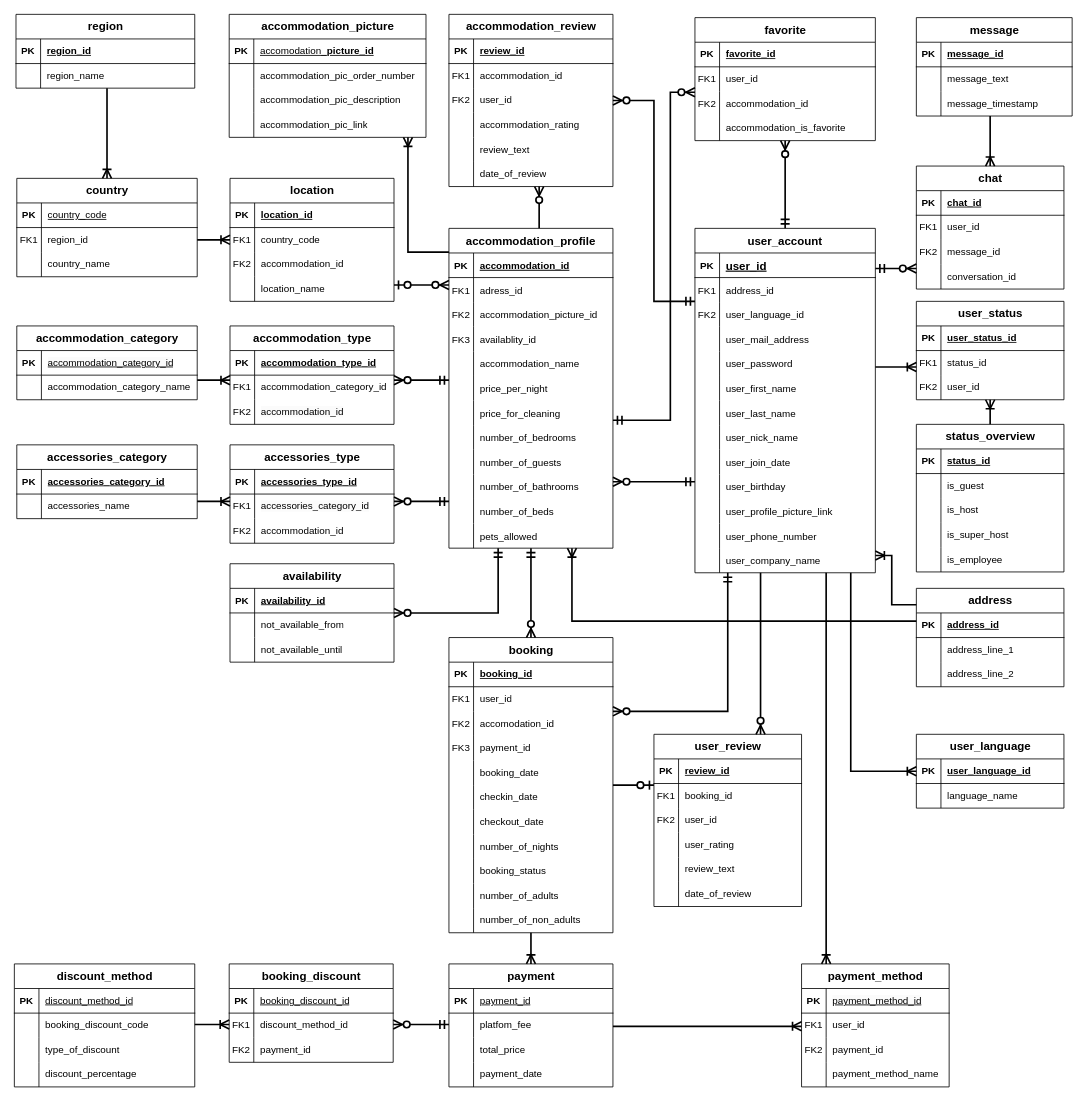
This is Steffbnb.drawio from DaSteff91/SQL_Repo, a draw.io file, before an edit. Source tidied: cells renumbered, new cells numbered last; positions are measured from the earlier drawing's top-left corner, leaving out a move shared by most shapes. Both pictures are drawn from the tidied source at 82%, with x=0, y=0 at pixel (14, 14).
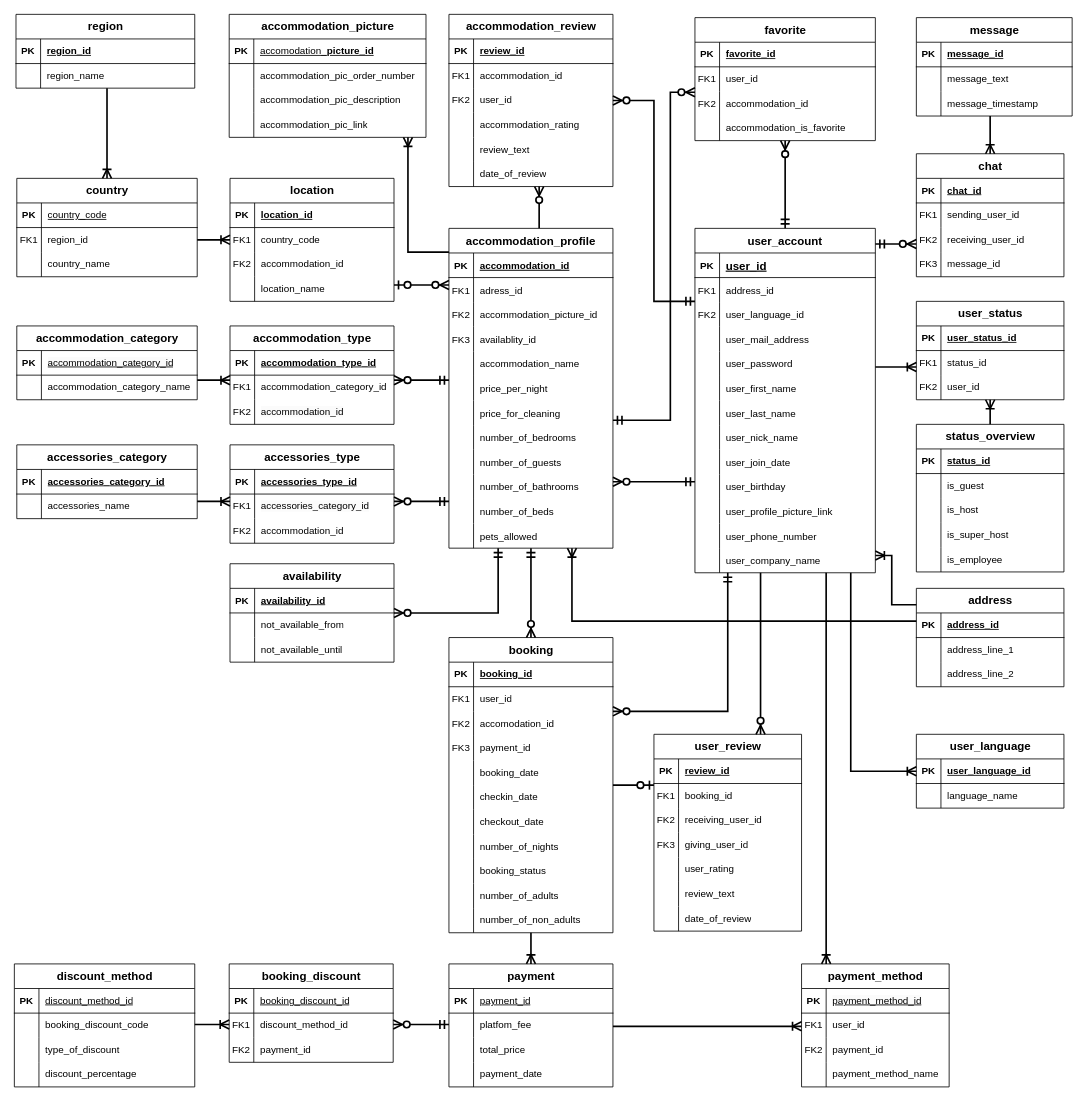
After the change.

Unchanged cells that the change refers to:
```xml
<mxCell id="2" value="user_account" style="shape=table;startSize=30;childLayout=tableLayout;rowLines=0;fontStyle=1;align=center;fontSize=14;resizeLastRow=0;swimlaneHead=1;swimlaneBody=1;horizontal=1;portConstraintRotation=0;noLabel=0;" parent="1" vertex="1">
  <mxGeometry x="830" y="261" width="220" height="420" as="geometry" />
</mxCell>
<mxCell id="190" style="shape=tableRow;horizontal=0;startSize=0;swimlaneHead=0;swimlaneBody=0;fillColor=none;top=0;left=0;right=0;bottom=0;" parent="186" vertex="1">
  <mxGeometry y="60" width="180" height="30" as="geometry" />
</mxCell>
<mxCell id="226" style="shape=tableRow;horizontal=0;startSize=0;swimlaneHead=0;swimlaneBody=0;fillColor=none;top=0;left=0;right=0;bottom=0;" parent="219" vertex="1">
  <mxGeometry y="90" width="180" height="30" as="geometry" />
</mxCell>
```

Diff of the diagram source:
```diff
@@
     <mxCell id="186" value="chat" style="shape=table;startSize=30;childLayout=tableLayout;rowLines=0;fontStyle=1;align=center;html=1;fontSize=14;" parent="1" vertex="1">
-      <mxGeometry x="1100" y="185" width="180" height="150" as="geometry" />
+      <mxGeometry x="1100" y="170" width="180" height="150" as="geometry" />
     </mxCell>
@@
-    <mxCell id="192" value="user_id" style="shape=partialRectangle;fillColor=none;top=0;left=0;bottom=0;right=0;align=left;spacingLeft=6;overflow=hidden;whiteSpace=wrap;html=1;" parent="190" vertex="1">
+    <mxCell id="192" value="sending_user_id" style="shape=partialRectangle;fillColor=none;top=0;left=0;bottom=0;right=0;align=left;spacingLeft=6;overflow=hidden;whiteSpace=wrap;html=1;" parent="190" vertex="1">
       <mxGeometry x="30" width="150" height="30" as="geometry" />
     </mxCell>
+    <mxCell id="397" style="shape=tableRow;horizontal=0;startSize=0;swimlaneHead=0;swimlaneBody=0;fillColor=none;top=0;left=0;right=0;bottom=0;" parent="186" vertex="1">
+      <mxGeometry y="90" width="180" height="30" as="geometry" />
+    </mxCell>
+    <mxCell id="398" value="FK2" style="shape=partialRectangle;fillColor=none;top=0;left=0;bottom=0;right=0;overflow=hidden;whiteSpace=wrap;html=1;" parent="397" vertex="1">
+      <mxGeometry width="30" height="30" as="geometry" />
+    </mxCell>
+    <mxCell id="399" value="receiving_user_id" style="shape=partialRectangle;fillColor=none;top=0;left=0;bottom=0;right=0;align=left;spacingLeft=6;overflow=hidden;whiteSpace=wrap;html=1;" parent="397" vertex="1">
+      <mxGeometry x="30" width="150" height="30" as="geometry" />
+    </mxCell>
     <mxCell id="193" style="shape=tableRow;horizontal=0;startSize=0;swimlaneHead=0;swimlaneBody=0;fillColor=none;top=0;left=0;right=0;bottom=0;" parent="186" vertex="1">
-      <mxGeometry y="90" width="180" height="30" as="geometry" />
+      <mxGeometry y="120" width="180" height="30" as="geometry" />
     </mxCell>
-    <mxCell id="194" value="FK2" style="shape=partialRectangle;fillColor=none;top=0;left=0;bottom=0;right=0;overflow=hidden;whiteSpace=wrap;html=1;" parent="193" vertex="1">
+    <mxCell id="194" value="FK3" style="shape=partialRectangle;fillColor=none;top=0;left=0;bottom=0;right=0;overflow=hidden;whiteSpace=wrap;html=1;" parent="193" vertex="1">
       <mxGeometry width="30" height="30" as="geometry" />
     </mxCell>
@@
-    <mxCell id="196" style="shape=tableRow;horizontal=0;startSize=0;swimlaneHead=0;swimlaneBody=0;fillColor=none;top=0;left=0;right=0;bottom=0;" parent="186" vertex="1">
-      <mxGeometry y="120" width="180" height="30" as="geometry" />
-    </mxCell>
-    <mxCell id="197" style="shape=partialRectangle;fillColor=none;top=0;left=0;bottom=0;right=0;overflow=hidden;whiteSpace=wrap;html=1;" parent="196" vertex="1">
-      <mxGeometry width="30" height="30" as="geometry" />
-    </mxCell>
-    <mxCell id="198" value="conversation_id" style="shape=partialRectangle;fillColor=none;top=0;left=0;bottom=0;right=0;align=left;spacingLeft=6;overflow=hidden;whiteSpace=wrap;html=1;" parent="196" vertex="1">
-      <mxGeometry x="30" width="150" height="30" as="geometry" />
-    </mxCell>
@@
     <mxCell id="219" value="user_review" style="shape=table;startSize=30;childLayout=tableLayout;rowLines=0;fontStyle=1;align=center;html=1;fontSize=14;" parent="1" vertex="1">
-      <mxGeometry x="780" y="878" width="180" height="210" as="geometry" />
+      <mxGeometry x="780" y="878" width="180" height="240" as="geometry" />
     </mxCell>
@@
-    <mxCell id="228" value="user_id" style="shape=partialRectangle;fillColor=none;top=0;left=0;bottom=0;right=0;align=left;spacingLeft=6;overflow=hidden;whiteSpace=wrap;html=1;" parent="226" vertex="1">
+    <mxCell id="228" value="receiving_user_id" style="shape=partialRectangle;fillColor=none;top=0;left=0;bottom=0;right=0;align=left;spacingLeft=6;overflow=hidden;whiteSpace=wrap;html=1;" parent="226" vertex="1">
       <mxGeometry x="30" width="150" height="30" as="geometry" />
     </mxCell>
+    <mxCell id="196" style="shape=tableRow;horizontal=0;startSize=0;swimlaneHead=0;swimlaneBody=0;fillColor=none;top=0;left=0;right=0;bottom=0;" parent="219" vertex="1">
+      <mxGeometry y="120" width="180" height="30" as="geometry" />
+    </mxCell>
+    <mxCell id="400" value="FK3" style="shape=partialRectangle;fillColor=none;top=0;left=0;bottom=0;right=0;overflow=hidden;whiteSpace=wrap;html=1;" parent="196" vertex="1">
+      <mxGeometry width="30" height="30" as="geometry" />
+    </mxCell>
+    <mxCell id="401" value="giving_user_id" style="shape=partialRectangle;fillColor=none;top=0;left=0;bottom=0;right=0;align=left;spacingLeft=6;overflow=hidden;whiteSpace=wrap;html=1;" parent="196" vertex="1">
+      <mxGeometry x="30" width="150" height="30" as="geometry" />
+    </mxCell>
     <mxCell id="229" style="shape=tableRow;horizontal=0;startSize=0;swimlaneHead=0;swimlaneBody=0;fillColor=none;top=0;left=0;right=0;bottom=0;" parent="219" vertex="1">
-      <mxGeometry y="120" width="180" height="30" as="geometry" />
+      <mxGeometry y="150" width="180" height="30" as="geometry" />
     </mxCell>
@@
     <mxCell id="232" style="shape=tableRow;horizontal=0;startSize=0;swimlaneHead=0;swimlaneBody=0;fillColor=none;top=0;left=0;right=0;bottom=0;" parent="219" vertex="1">
-      <mxGeometry y="150" width="180" height="30" as="geometry" />
+      <mxGeometry y="180" width="180" height="30" as="geometry" />
     </mxCell>
@@
     <mxCell id="235" style="shape=tableRow;horizontal=0;startSize=0;swimlaneHead=0;swimlaneBody=0;fillColor=none;top=0;left=0;right=0;bottom=0;" parent="219" vertex="1">
-      <mxGeometry y="180" width="180" height="30" as="geometry" />
+      <mxGeometry y="210" width="180" height="30" as="geometry" />
     </mxCell>
@@
     <mxCell id="358" style="edgeStyle=orthogonalEdgeStyle;fontSize=12;html=1;endArrow=ERzeroToMany;startArrow=ERmandOne;rounded=0;strokeColor=default;strokeWidth=2;align=center;verticalAlign=middle;fontFamily=Helvetica;fontColor=default;labelBackgroundColor=default;startSize=8;endSize=8;" parent="1" edge="1" source="2" target="186">
       <mxGeometry relative="1" as="geometry">
         <Array as="points">
-          <mxPoint x="1080" y="310" />
-          <mxPoint x="1080" y="310" />
+          <mxPoint x="1080" y="280" />
+          <mxPoint x="1080" y="280" />
         </Array>
       </mxGeometry>
     </mxCell>
```
